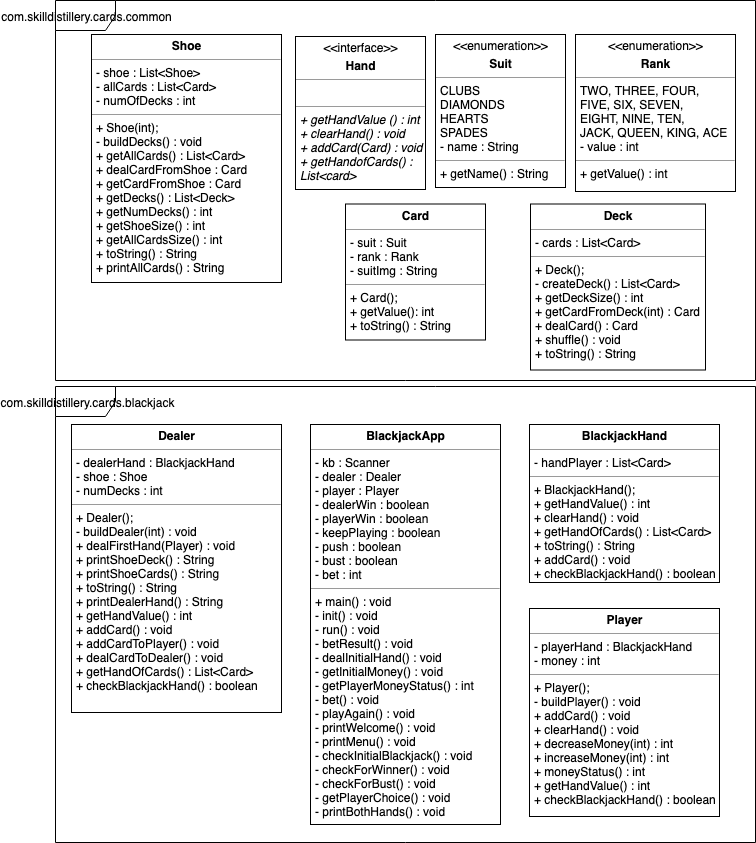
Above: CardGamesBlackjack.png in robrides/BlackjackProject (draw.io), before the change. Source tidied: cells renumbered, new cells last; positions are measured from the earlier drawing's top-left corner, leaving out a move shared by most shapes.
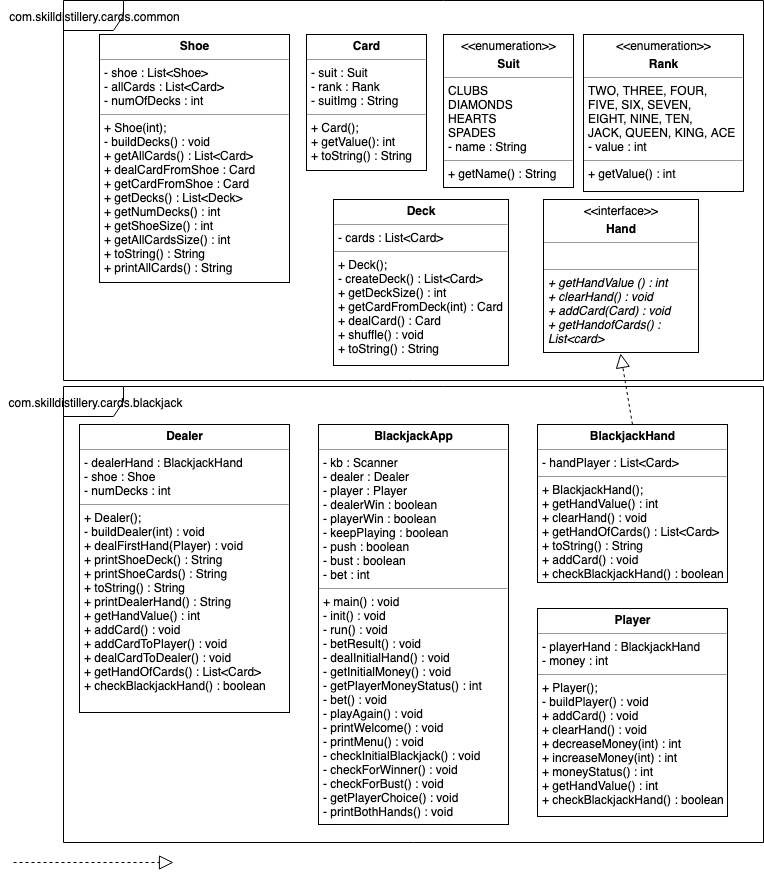
Later version of the same file.

Commit message:
Added implementation of the Hand interface on the UML diagram

Diff of the diagram source:
```diff
@@ -12,7 +12,7 @@
       <mxGeometry x="474" y="424" width="190" height="158" as="geometry" />
     </mxCell>
     <mxCell id="5" value="&lt;p style=&quot;margin: 0px ; margin-top: 4px ; text-align: center&quot;&gt;&lt;b&gt;Card&lt;/b&gt;&lt;/p&gt;&lt;hr size=&quot;1&quot;&gt;&lt;p style=&quot;margin: 0px ; margin-left: 4px&quot;&gt;- suit : Suit&lt;br&gt;&lt;/p&gt;&lt;p style=&quot;margin: 0px ; margin-left: 4px&quot;&gt;- rank : Rank&lt;/p&gt;&lt;p style=&quot;margin: 0px ; margin-left: 4px&quot;&gt;- suitImg : String&lt;/p&gt;&lt;hr size=&quot;1&quot;&gt;&lt;p style=&quot;margin: 0px ; margin-left: 4px&quot;&gt;+ Card();&lt;/p&gt;&lt;p style=&quot;margin: 0px ; margin-left: 4px&quot;&gt;+ getValue(): int&lt;br&gt;&lt;/p&gt;&lt;p style=&quot;margin: 0px ; margin-left: 4px&quot;&gt;+ toString() : String&lt;/p&gt;" style="verticalAlign=top;align=left;overflow=fill;fontSize=12;fontFamily=Helvetica;html=1;rounded=0;shadow=0;comic=0;labelBackgroundColor=none;strokeColor=#000000;strokeWidth=1;fillColor=#ffffff;" parent="1" vertex="1">
-      <mxGeometry x="290" y="203.5" width="140" height="136" as="geometry" />
+      <mxGeometry x="243" y="34" width="120" height="136" as="geometry" />
     </mxCell>
     <mxCell id="6" value="&lt;p style=&quot;margin: 0px ; margin-top: 4px ; text-align: center&quot;&gt;&lt;b&gt;Dealer&lt;/b&gt;&lt;/p&gt;&lt;hr size=&quot;1&quot;&gt;&lt;p style=&quot;margin: 0px ; margin-left: 4px&quot;&gt;&lt;span&gt;- dealerHand : BlackjackHand&lt;/span&gt;&lt;/p&gt;&lt;p style=&quot;margin: 0px ; margin-left: 4px&quot;&gt;&lt;span&gt;- shoe : Shoe&lt;/span&gt;&lt;/p&gt;&lt;p style=&quot;margin: 0px ; margin-left: 4px&quot;&gt;&lt;span&gt;- numDecks : int&lt;/span&gt;&lt;/p&gt;&lt;hr size=&quot;1&quot;&gt;&lt;p style=&quot;margin: 0px ; margin-left: 4px&quot;&gt;+ Dealer();&lt;br&gt;&lt;/p&gt;&lt;p style=&quot;margin: 0px ; margin-left: 4px&quot;&gt;&lt;span&gt;- buildDealer(int) : void&lt;/span&gt;&lt;/p&gt;&lt;p style=&quot;margin: 0px ; margin-left: 4px&quot;&gt;+ dealFirstHand(Player) : void&lt;/p&gt;&lt;p style=&quot;margin: 0px ; margin-left: 4px&quot;&gt;+ printShoeDeck() : String&lt;/p&gt;&lt;p style=&quot;margin: 0px ; margin-left: 4px&quot;&gt;&lt;span&gt;+ printShoeCards() : String&lt;/span&gt;&lt;/p&gt;&lt;p style=&quot;margin: 0px ; margin-left: 4px&quot;&gt;&lt;span&gt;+ toString() : String&lt;/span&gt;&lt;/p&gt;&lt;p style=&quot;margin: 0px ; margin-left: 4px&quot;&gt;&lt;span&gt;+ printDealerHand() : String&lt;/span&gt;&lt;/p&gt;&lt;p style=&quot;margin: 0px ; margin-left: 4px&quot;&gt;&lt;span&gt;+ getHandValue() : int&lt;/span&gt;&lt;/p&gt;&lt;p style=&quot;margin: 0px ; margin-left: 4px&quot;&gt;&lt;span&gt;+ addCard() : void&lt;/span&gt;&lt;/p&gt;&lt;p style=&quot;margin: 0px ; margin-left: 4px&quot;&gt;&lt;span&gt;+ addCardToPlayer() : void&lt;/span&gt;&lt;/p&gt;&lt;p style=&quot;margin: 0px ; margin-left: 4px&quot;&gt;&lt;span&gt;+ dealCardToDealer() : void&lt;/span&gt;&lt;/p&gt;&lt;p style=&quot;margin: 0px ; margin-left: 4px&quot;&gt;&lt;span&gt;+ getHandOfCards() : List&amp;lt;Card&amp;gt;&lt;/span&gt;&lt;/p&gt;&lt;p style=&quot;margin: 0px ; margin-left: 4px&quot;&gt;&lt;span&gt;+ checkBlackjackHand() : boolean&lt;/span&gt;&lt;/p&gt;&lt;p style=&quot;margin: 0px ; margin-left: 4px&quot;&gt;&lt;span&gt;&lt;br&gt;&lt;/span&gt;&lt;/p&gt;" style="verticalAlign=top;align=left;overflow=fill;fontSize=12;fontFamily=Helvetica;html=1;rounded=0;shadow=0;comic=0;labelBackgroundColor=none;strokeColor=#000000;strokeWidth=1;fillColor=#ffffff;" parent="1" vertex="1">
       <mxGeometry x="16" y="424" width="210" height="288" as="geometry" />
@@ -24,11 +24,8 @@
       <mxGeometry x="520" y="34" width="160" height="157" as="geometry" />
     </mxCell>
     <mxCell id="9" value="&lt;p style=&quot;margin: 0px ; margin-top: 4px ; text-align: center&quot;&gt;&lt;b&gt;Deck&lt;/b&gt;&lt;/p&gt;&lt;hr size=&quot;1&quot;&gt;&lt;p style=&quot;margin: 0px ; margin-left: 4px&quot;&gt;- cards : List&amp;lt;Card&amp;gt;&lt;/p&gt;&lt;hr size=&quot;1&quot;&gt;&lt;p style=&quot;margin: 0px ; margin-left: 4px&quot;&gt;+ Deck();&lt;/p&gt;&lt;p style=&quot;margin: 0px ; margin-left: 4px&quot;&gt;- createDeck() : List&amp;lt;Card&amp;gt;&amp;nbsp;&lt;/p&gt;&lt;p style=&quot;margin: 0px ; margin-left: 4px&quot;&gt;+ getDeckSize() : int&lt;/p&gt;&lt;p style=&quot;margin: 0px ; margin-left: 4px&quot;&gt;+ getCardFromDeck(int) : Card&lt;/p&gt;&lt;p style=&quot;margin: 0px ; margin-left: 4px&quot;&gt;+ dealCard() : Card&lt;/p&gt;&lt;p style=&quot;margin: 0px ; margin-left: 4px&quot;&gt;+ shuffle() : void&lt;/p&gt;&lt;p style=&quot;margin: 0px ; margin-left: 4px&quot;&gt;+ toString() : String&lt;/p&gt;" style="verticalAlign=top;align=left;overflow=fill;fontSize=12;fontFamily=Helvetica;html=1;rounded=0;shadow=0;comic=0;labelBackgroundColor=none;strokeColor=#000000;strokeWidth=1;fillColor=#ffffff;" parent="1" vertex="1">
-      <mxGeometry x="475" y="203.5" width="175" height="166" as="geometry" />
+      <mxGeometry x="270" y="199" width="175" height="166" as="geometry" />
     </mxCell>
-    <mxCell id="10" value="&lt;p style=&quot;margin: 0px ; margin-top: 4px ; text-align: center&quot;&gt;&amp;lt;&amp;lt;interface&amp;gt;&amp;gt;&lt;/p&gt;&lt;p style=&quot;margin: 0px ; margin-top: 4px ; text-align: center&quot;&gt;&lt;b&gt;Hand&lt;/b&gt;&lt;/p&gt;&lt;hr size=&quot;1&quot;&gt;&lt;p style=&quot;margin: 0px ; margin-left: 4px&quot;&gt;&lt;br&gt;&lt;/p&gt;&lt;hr size=&quot;1&quot;&gt;&lt;p style=&quot;margin: 0px ; margin-left: 4px&quot;&gt;&lt;i&gt;+ getHandValue () : int&lt;/i&gt;&lt;/p&gt;&lt;p style=&quot;margin: 0px ; margin-left: 4px&quot;&gt;&lt;i&gt;+ clearHand() : void&lt;/i&gt;&lt;/p&gt;&lt;p style=&quot;margin: 0px ; margin-left: 4px&quot;&gt;&lt;i&gt;+ addCard(Card) : void&lt;/i&gt;&lt;/p&gt;&lt;p style=&quot;margin: 0px ; margin-left: 4px&quot;&gt;&lt;i&gt;+ getHandofCards() :&amp;nbsp;&lt;/i&gt;&lt;/p&gt;&lt;p style=&quot;margin: 0px ; margin-left: 4px&quot;&gt;&lt;i&gt;List&amp;lt;card&amp;gt;&amp;nbsp;&lt;/i&gt;&lt;/p&gt;" style="verticalAlign=top;align=left;overflow=fill;fontSize=12;fontFamily=Helvetica;html=1;rounded=0;shadow=0;comic=0;labelBackgroundColor=none;strokeColor=#000000;strokeWidth=1;fillColor=#ffffff;" parent="1" vertex="1">
-      <mxGeometry x="240" y="36" width="130" height="153" as="geometry" />
-    </mxCell>
     <mxCell id="11" value="&lt;p style=&quot;margin: 0px ; margin-top: 4px ; text-align: center&quot;&gt;&lt;b&gt;Player&lt;/b&gt;&lt;/p&gt;&lt;hr size=&quot;1&quot;&gt;&lt;p style=&quot;margin: 0px ; margin-left: 4px&quot;&gt;- playerHand : BlackjackHand&lt;/p&gt;&lt;p style=&quot;margin: 0px ; margin-left: 4px&quot;&gt;- money : int&lt;/p&gt;&lt;hr size=&quot;1&quot;&gt;&lt;p style=&quot;margin: 0px ; margin-left: 4px&quot;&gt;+ Player();&lt;/p&gt;&lt;p style=&quot;margin: 0px ; margin-left: 4px&quot;&gt;- buildPlayer() : void&lt;/p&gt;&lt;p style=&quot;margin: 0px ; margin-left: 4px&quot;&gt;+ addCard() : void&lt;/p&gt;&lt;p style=&quot;margin: 0px ; margin-left: 4px&quot;&gt;+ clearHand() : void&lt;/p&gt;&lt;p style=&quot;margin: 0px ; margin-left: 4px&quot;&gt;+ decreaseMoney(int) : int&lt;/p&gt;&lt;p style=&quot;margin: 0px ; margin-left: 4px&quot;&gt;+ increaseMoney(int) : int&lt;/p&gt;&lt;p style=&quot;margin: 0px ; margin-left: 4px&quot;&gt;+ moneyStatus() : int&lt;/p&gt;&lt;p style=&quot;margin: 0px ; margin-left: 4px&quot;&gt;+ getHandValue() : int&lt;/p&gt;&lt;p style=&quot;margin: 0px ; margin-left: 4px&quot;&gt;+ checkBlackjackHand() : boolean&lt;/p&gt;" style="verticalAlign=top;align=left;overflow=fill;fontSize=12;fontFamily=Helvetica;html=1;rounded=0;shadow=0;comic=0;labelBackgroundColor=none;strokeColor=#000000;strokeWidth=1;fillColor=#ffffff;" parent="1" vertex="1">
       <mxGeometry x="474" y="608" width="190" height="208" as="geometry" />
     </mxCell>
@@ -38,5 +35,17 @@
     <mxCell id="13" value="&lt;p style=&quot;margin: 0px ; margin-top: 4px ; text-align: center&quot;&gt;&lt;b&gt;BlackjackApp&lt;/b&gt;&lt;/p&gt;&lt;hr size=&quot;1&quot;&gt;&lt;p style=&quot;margin: 0px ; margin-left: 4px&quot;&gt;- kb : Scanner&lt;/p&gt;&lt;p style=&quot;margin: 0px ; margin-left: 4px&quot;&gt;- dealer : Dealer&lt;/p&gt;&lt;p style=&quot;margin: 0px ; margin-left: 4px&quot;&gt;- player : Player&lt;/p&gt;&lt;p style=&quot;margin: 0px ; margin-left: 4px&quot;&gt;- dealerWin : boolean&lt;/p&gt;&lt;p style=&quot;margin: 0px ; margin-left: 4px&quot;&gt;- playerWin : boolean&lt;/p&gt;&lt;p style=&quot;margin: 0px ; margin-left: 4px&quot;&gt;- keepPlaying : boolean&lt;/p&gt;&lt;p style=&quot;margin: 0px ; margin-left: 4px&quot;&gt;- push : boolean&lt;/p&gt;&lt;p style=&quot;margin: 0px ; margin-left: 4px&quot;&gt;- bust : boolean&lt;/p&gt;&lt;p style=&quot;margin: 0px ; margin-left: 4px&quot;&gt;- bet : int&lt;/p&gt;&lt;hr size=&quot;1&quot;&gt;&lt;p style=&quot;margin: 0px ; margin-left: 4px&quot;&gt;+ main() : void&lt;/p&gt;&lt;p style=&quot;margin: 0px ; margin-left: 4px&quot;&gt;- init() : void&lt;/p&gt;&lt;p style=&quot;margin: 0px ; margin-left: 4px&quot;&gt;- run() : void&lt;/p&gt;&lt;p style=&quot;margin: 0px ; margin-left: 4px&quot;&gt;- betResult() : void&lt;/p&gt;&lt;p style=&quot;margin: 0px ; margin-left: 4px&quot;&gt;- dealInitialHand() : void&lt;/p&gt;&lt;p style=&quot;margin: 0px ; margin-left: 4px&quot;&gt;- getInitialMoney() : void&lt;/p&gt;&lt;p style=&quot;margin: 0px ; margin-left: 4px&quot;&gt;- getPlayerMoneyStatus() : int&lt;/p&gt;&lt;p style=&quot;margin: 0px ; margin-left: 4px&quot;&gt;- bet() : void&lt;/p&gt;&lt;p style=&quot;margin: 0px ; margin-left: 4px&quot;&gt;- playAgain() : void&lt;/p&gt;&lt;p style=&quot;margin: 0px ; margin-left: 4px&quot;&gt;- printWelcome() : void&lt;/p&gt;&lt;p style=&quot;margin: 0px ; margin-left: 4px&quot;&gt;- printMenu() : void&lt;/p&gt;&lt;p style=&quot;margin: 0px ; margin-left: 4px&quot;&gt;- checkInitialBlackjack() : void&lt;/p&gt;&lt;p style=&quot;margin: 0px ; margin-left: 4px&quot;&gt;- checkForWinner() : void&lt;/p&gt;&lt;p style=&quot;margin: 0px ; margin-left: 4px&quot;&gt;- checkForBust() : void&lt;/p&gt;&lt;p style=&quot;margin: 0px ; margin-left: 4px&quot;&gt;- getPlayerChoice() : void&lt;/p&gt;&lt;p style=&quot;margin: 0px ; margin-left: 4px&quot;&gt;- printBothHands() : void&lt;/p&gt;" style="verticalAlign=top;align=left;overflow=fill;fontSize=12;fontFamily=Helvetica;html=1;rounded=0;shadow=0;comic=0;labelBackgroundColor=none;strokeColor=#000000;strokeWidth=1;fillColor=#ffffff;" parent="1" vertex="1">
       <mxGeometry x="255" y="424" width="190" height="400" as="geometry" />
     </mxCell>
+    <mxCell id="14" style="endArrow=block;dashed=1;endFill=0;endSize=12;html=1;" parent="1" edge="1">
+      <mxGeometry relative="1" as="geometry">
+        <mxPoint x="-50" y="862" as="sourcePoint" />
+        <mxPoint x="110" y="862" as="targetPoint" />
+      </mxGeometry>
+    </mxCell>
+    <mxCell id="10" value="&lt;p style=&quot;margin: 0px ; margin-top: 4px ; text-align: center&quot;&gt;&amp;lt;&amp;lt;interface&amp;gt;&amp;gt;&lt;/p&gt;&lt;p style=&quot;margin: 0px ; margin-top: 4px ; text-align: center&quot;&gt;&lt;b&gt;Hand&lt;/b&gt;&lt;/p&gt;&lt;hr size=&quot;1&quot;&gt;&lt;p style=&quot;margin: 0px ; margin-left: 4px&quot;&gt;&lt;br&gt;&lt;/p&gt;&lt;hr size=&quot;1&quot;&gt;&lt;p style=&quot;margin: 0px ; margin-left: 4px&quot;&gt;&lt;i&gt;+ getHandValue () : int&lt;/i&gt;&lt;/p&gt;&lt;p style=&quot;margin: 0px ; margin-left: 4px&quot;&gt;&lt;i&gt;+ clearHand() : void&lt;/i&gt;&lt;/p&gt;&lt;p style=&quot;margin: 0px ; margin-left: 4px&quot;&gt;&lt;i&gt;+ addCard(Card) : void&lt;/i&gt;&lt;/p&gt;&lt;p style=&quot;margin: 0px ; margin-left: 4px&quot;&gt;&lt;i&gt;+ getHandofCards() :&amp;nbsp;&lt;/i&gt;&lt;/p&gt;&lt;p style=&quot;margin: 0px ; margin-left: 4px&quot;&gt;&lt;i&gt;List&amp;lt;card&amp;gt;&amp;nbsp;&lt;/i&gt;&lt;/p&gt;" style="verticalAlign=top;align=left;overflow=fill;fontSize=12;fontFamily=Helvetica;html=1;rounded=0;shadow=0;comic=0;labelBackgroundColor=none;strokeColor=#000000;strokeWidth=1;fillColor=#ffffff;" parent="1" vertex="1">
+      <mxGeometry x="480" y="199" width="155" height="153" as="geometry" />
+    </mxCell>
+    <mxCell id="15" style="endArrow=block;dashed=1;endFill=0;endSize=12;html=1;exitX=0.5;exitY=0;exitDx=0;exitDy=0;entryX=0.499;entryY=1.008;entryDx=0;entryDy=0;entryPerimeter=0;" parent="1" edge="1" source="4" target="10">
+      <mxGeometry relative="1" as="geometry" />
+    </mxCell>
   </root>
 </mxGraphModel>
```
